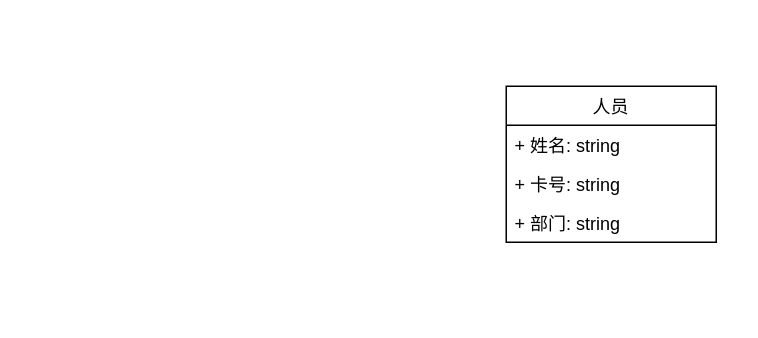
Above: packages/2_design_principle/人员继承（前）.drawio in yyc-git/ModernGameEngineDesignEdu (draw.io), before the change. Source tidied: cells renumbered, new cells numbered last; positions are measured from the earlier drawing's top-left corner, leaving out a move shared by most shapes. Both pictures are drawn from the tidied source at 150%, with x=0, y=0 at pixel (506, 86).
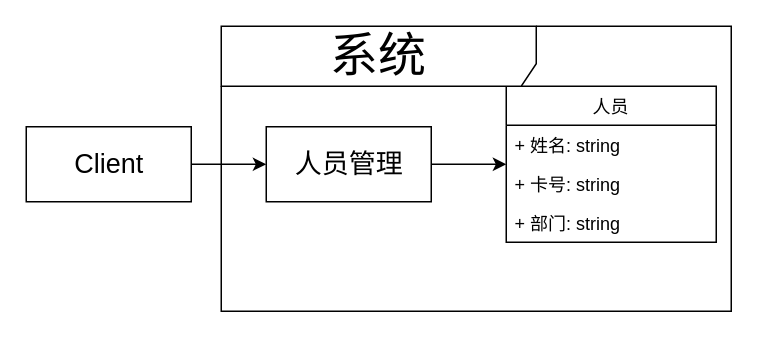
After the change.

The edit, as a diff of the source:
```diff
@@
 <mxGraphModel>
   <root>
     <mxCell id="0" />
     <mxCell id="1" parent="0" />
     <mxCell id="2" value="人员" style="swimlane;fontStyle=0;horizontal=1;startSize=26;fillColor=none;" parent="1" vertex="1">
       <mxGeometry width="140" height="104" as="geometry" />
     </mxCell>
     <mxCell id="3" value="+ 姓名: string" style="text;strokeColor=none;fillColor=none;align=left;verticalAlign=top;spacingLeft=4;spacingRight=4;overflow=hidden;" parent="2" vertex="1">
       <mxGeometry y="26" width="140" height="26" as="geometry" />
     </mxCell>
     <mxCell id="4" value="+ 卡号: string" style="text;strokeColor=none;fillColor=none;align=left;verticalAlign=top;spacingLeft=4;spacingRight=4;overflow=hidden;" parent="2" vertex="1">
       <mxGeometry y="52" width="140" height="26" as="geometry" />
     </mxCell>
     <mxCell id="5" value="+ 部门: string" style="text;strokeColor=none;fillColor=none;align=left;verticalAlign=top;spacingLeft=4;spacingRight=4;overflow=hidden;" parent="2" vertex="1">
       <mxGeometry y="78" width="140" height="26" as="geometry" />
     </mxCell>
+    <mxCell id="6" style="edgeStyle=orthogonalEdgeStyle;rounded=0;jettySize=auto;html=1;" parent="1" edge="1" source="7" target="2">
+      <mxGeometry relative="1" as="geometry" />
+    </mxCell>
+    <mxCell id="7" value="人员管理" style="html=1;fontSize=18;" parent="1" vertex="1">
+      <mxGeometry x="-160" y="27" width="110" height="50" as="geometry" />
+    </mxCell>
+    <mxCell id="8" style="edgeStyle=orthogonalEdgeStyle;rounded=0;jettySize=auto;html=1;entryX=0;entryY=0.5;entryDx=0;entryDy=0;" parent="1" edge="1" source="9" target="7">
+      <mxGeometry relative="1" as="geometry" />
+    </mxCell>
+    <mxCell id="9" value="Client" style="html=1;fontSize=18;" parent="1" vertex="1">
+      <mxGeometry x="-320" y="27" width="110" height="50" as="geometry" />
+    </mxCell>
+    <mxCell id="10" value="&lt;font style=&quot;font-size: 32px&quot;&gt;系统&lt;/font&gt;" style="shape=umlFrame;whiteSpace=wrap;html=1;width=210;height=40;fontSize=32;" parent="1" vertex="1">
+      <mxGeometry x="-190" y="-40" width="340" height="190" as="geometry" />
+    </mxCell>
   </root>
 </mxGraphModel>
```
